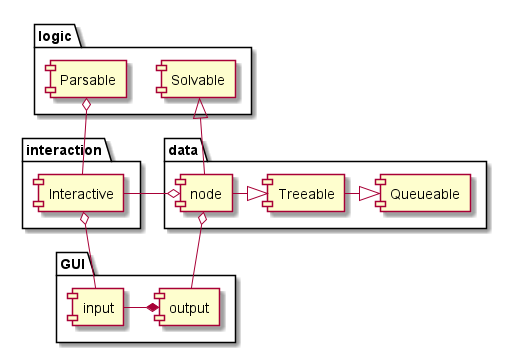
Above: src/docs/UML/architecture.png in vitalispopoff/calculator (PlantUML), before the change.
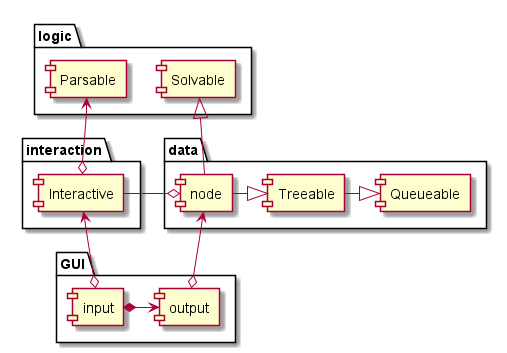
After the change.

The edit, as a diff of the source:
```diff
@@ -22,14 +22,14 @@
 component Interactive
 }
 
-[input]     -up-o    [Interactive]
+[input]     o-up->    [Interactive]
 
-[Interactive] -up-o     [Parsable]
+[Interactive] o-up->     [Parsable]
 [Interactive] -right-o   [node]
 [Solvable]  <|-down-    [node]
 
-[output]    *-right-       [input]
-[output]    -up-o    [node]
+[output]    <-right-*       [input]
+[output]    o-up->    [node]
 
 [Queueable] <|-left- [Treeable]
 
```
